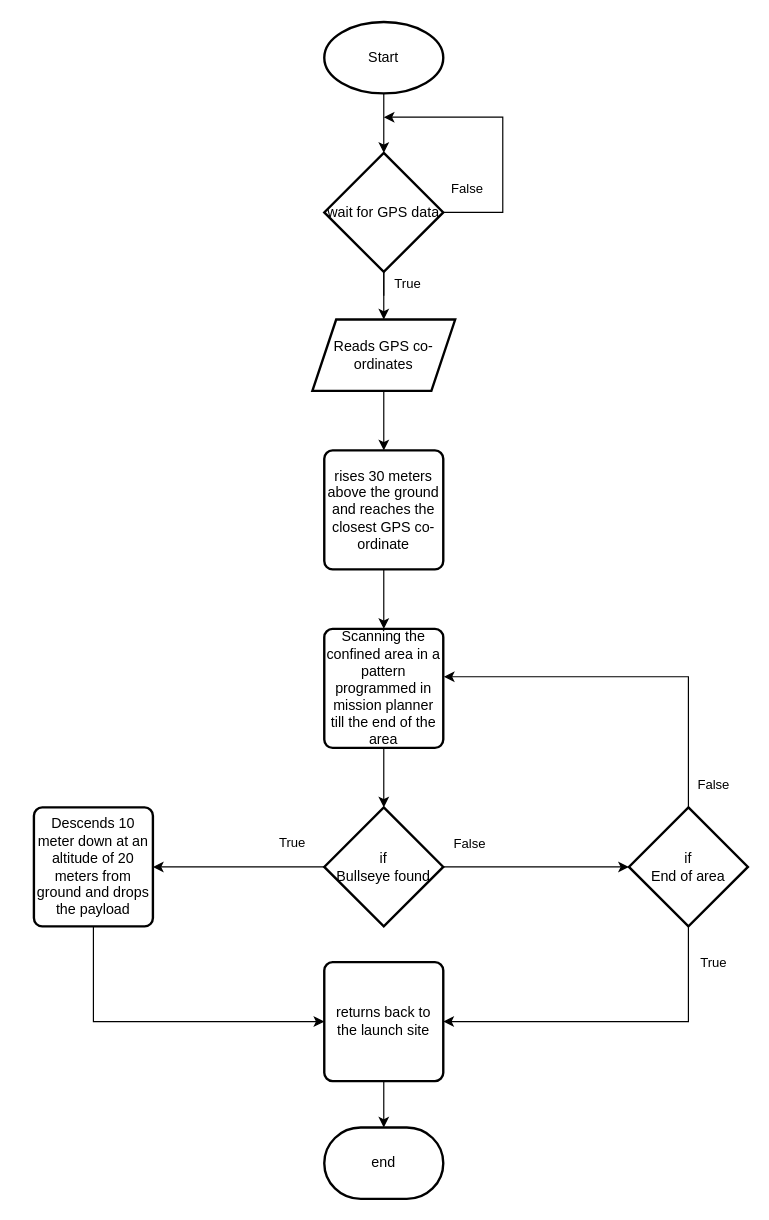
Before: SAE-aerothon methodology.drawio in 1337encrypted/Draw.io-files, a draw.io diagram. Source tidied: cells renumbered, new cells numbered last; positions are measured from the earlier drawing's top-left corner, leaving out a move shared by most shapes. Both pictures are drawn from the tidied source at 119%, with x=0, y=0 at pixel (33, 21).
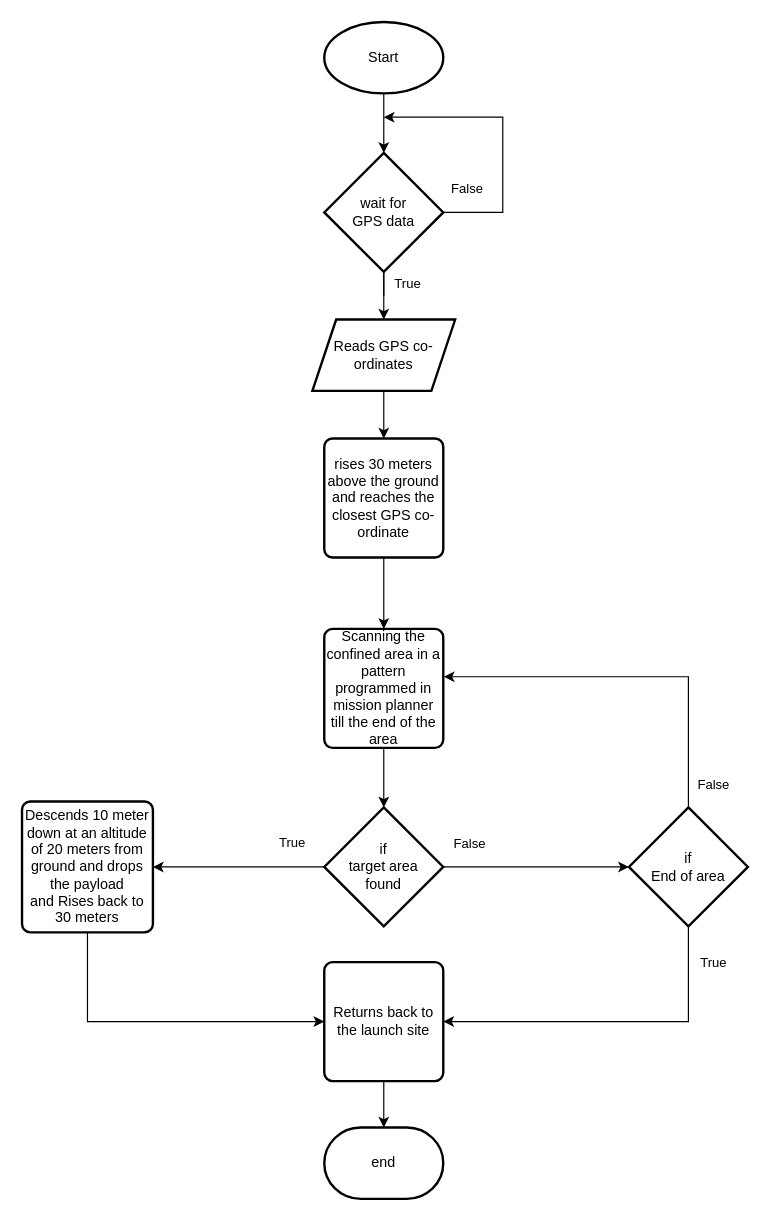
Above is the later version.

The edit, as a diff of the source:
```diff
@@
-    <mxCell id="8" value="returns back to the launch site" style="rounded=1;whiteSpace=wrap;html=1;absoluteArcSize=1;arcSize=14;strokeWidth=2;" parent="1" vertex="1">
+    <mxCell id="8" value="Returns back to the launch site" style="rounded=1;whiteSpace=wrap;html=1;absoluteArcSize=1;arcSize=14;strokeWidth=2;" parent="1" vertex="1">
       <mxGeometry x="244" y="790" width="100" height="100" as="geometry" />
     </mxCell>
@@
     <mxCell id="10" value="rises 30 meters above the ground and reaches the closest GPS co-ordinate" style="rounded=1;whiteSpace=wrap;html=1;absoluteArcSize=1;arcSize=14;strokeWidth=2;" parent="1" vertex="1">
-      <mxGeometry x="244" y="360" width="100" height="100" as="geometry" />
+      <mxGeometry x="244" y="350" width="100" height="100" as="geometry" />
     </mxCell>
@@
-    <mxCell id="15" value="wait for GPS data" style="strokeWidth=2;html=1;shape=mxgraph.flowchart.decision;whiteSpace=wrap;" parent="1" vertex="1">
+    <mxCell id="15" value="wait for &lt;br&gt;GPS data" style="strokeWidth=2;html=1;shape=mxgraph.flowchart.decision;whiteSpace=wrap;" parent="1" vertex="1">
       <mxGeometry x="244" y="110" width="100" height="100" as="geometry" />
     </mxCell>
@@
-    <mxCell id="20" value="if&lt;br&gt;Bullseye found" style="strokeWidth=2;html=1;shape=mxgraph.flowchart.decision;whiteSpace=wrap;" parent="1" vertex="1">
+    <mxCell id="20" value="if&lt;br&gt;target area&lt;br&gt;found" style="strokeWidth=2;html=1;shape=mxgraph.flowchart.decision;whiteSpace=wrap;" parent="1" vertex="1">
       <mxGeometry x="244" y="660" width="100" height="100" as="geometry" />
     </mxCell>
     <mxCell id="21" style="edgeStyle=orthogonalEdgeStyle;rounded=0;jettySize=auto;html=1;entryX=0;entryY=0.5;entryDx=0;entryDy=0;" parent="1" edge="1" source="22" target="8">
       <mxGeometry relative="1" as="geometry">
         <Array as="points">
-          <mxPoint x="50" y="840" />
+          <mxPoint x="45" y="840" />
         </Array>
       </mxGeometry>
     </mxCell>
-    <mxCell id="22" value="Descends 10 meter down at an altitude of 20 meters from ground and drops the payload" style="rounded=1;whiteSpace=wrap;html=1;absoluteArcSize=1;arcSize=14;strokeWidth=2;" parent="1" vertex="1">
-      <mxGeometry y="660" width="100" height="100" as="geometry" />
+    <mxCell id="22" value="Descends 10 meter down at an altitude of 20 meters from ground and drops the payload and&amp;nbsp;Rises back to 30 meters" style="rounded=1;whiteSpace=wrap;html=1;absoluteArcSize=1;arcSize=14;strokeWidth=2;" parent="1" vertex="1">
+      <mxGeometry x="-10" y="655" width="110" height="110" as="geometry" />
     </mxCell>
```
